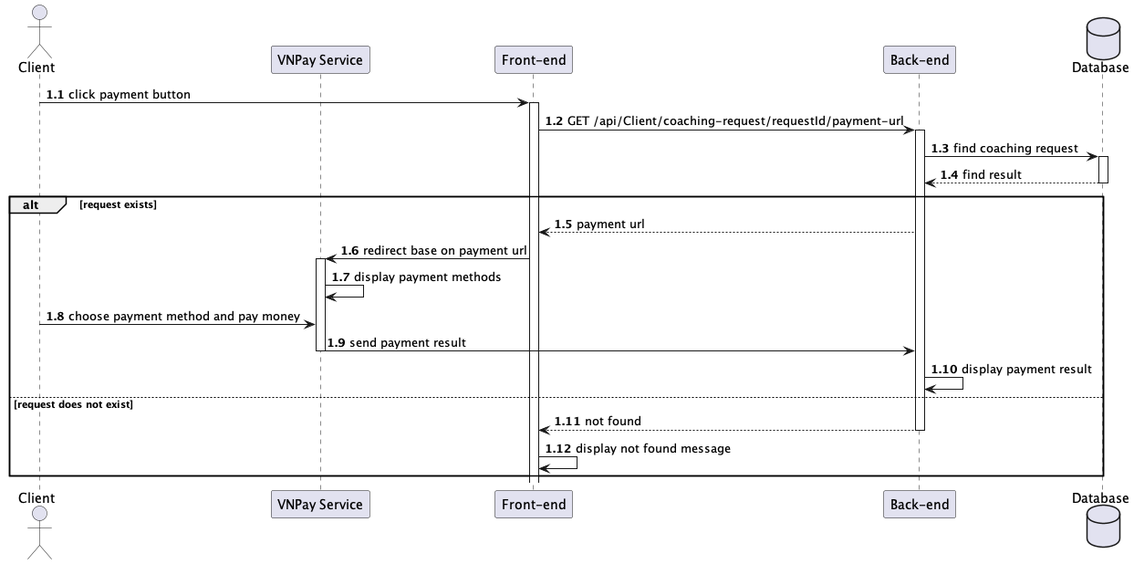
The PlantUML diagram out/Sequences_diagrams/Payment/Payment.png in HTPhong-276/iCoaching-Diagrams, before a commit. The source it was exported from:
```plantuml
@startuml Payment
actor "Client" as client
participant "VNPay Service" as vnpay
participant "Front-end" as fe
participant "Back-end" as be
database "Database" as db
autonumber 1.1 "<b>0:"
client -> fe++: click payment button
fe -> be++: GET /api/Client/coaching-request/requestId/payment-url
be -> db++: find coaching request
db --> be: find result
deactivate

alt request exists
    be --> fe: payment url
    fe -> vnpay++: redirect base on payment url
    vnpay -> vnpay: display payment methods
    client -> vnpay: choose payment method and pay money
    vnpay -> be: send payment result
    deactivate
    be -> be: display payment result
else request does not exist
    be --> fe: not found
    deactivate
    fe -> fe: display not found message
end
@enduml
```
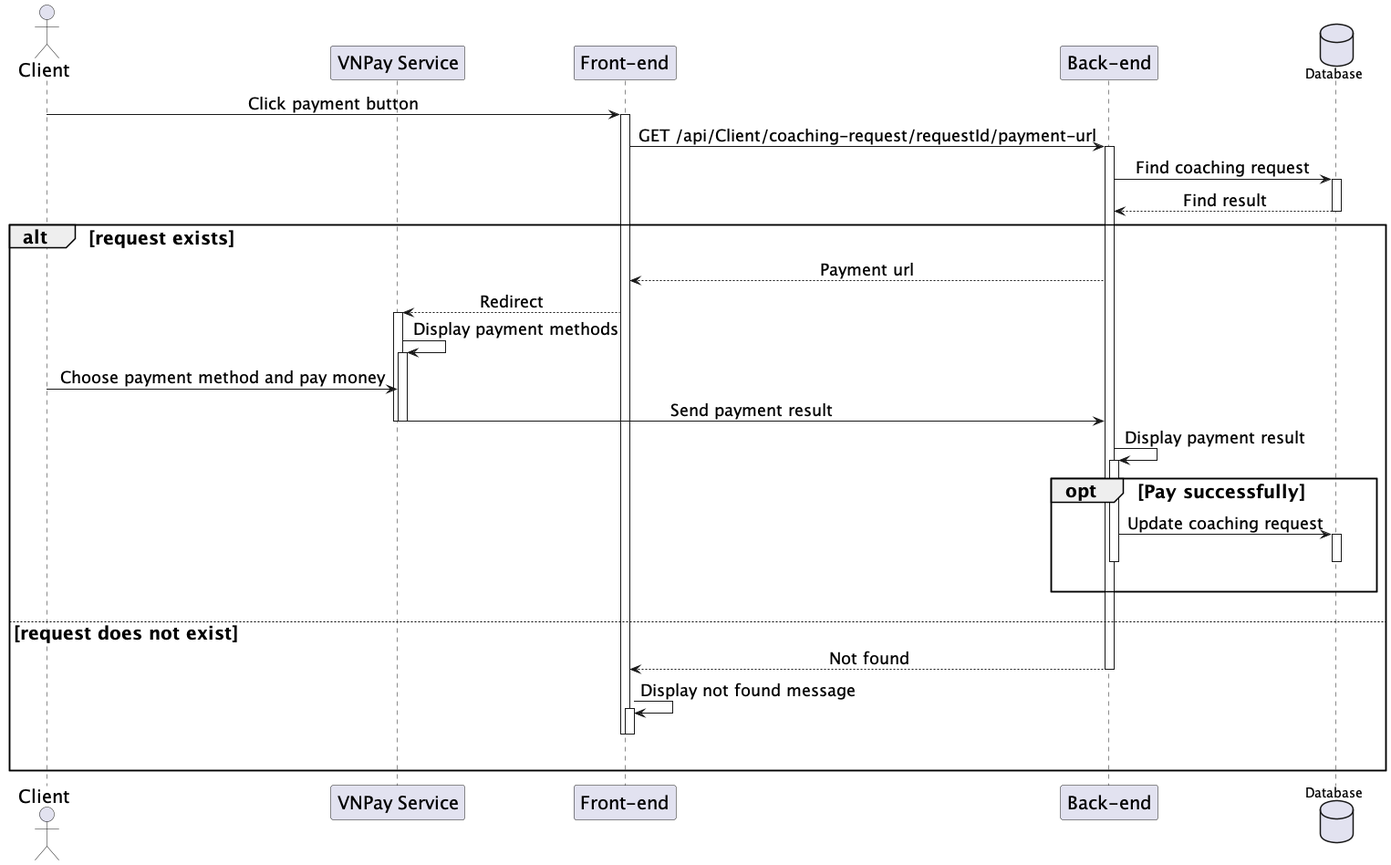
Above is the later version.

What changed in the source:
```diff
@@ -1,27 +1,46 @@
 @startuml Payment
+skinparam sequenceMessageAlign center
+skinparam sequenceGroupFontSize 20
+skinparam sequenceGroupHeaderFontSize 20
+skinparam sequence {
+    ParticipantFontSize 20
+    ActorFontSize 20
+    DatabaseFontSize 20
+    ArrowFontSize 18
+}
 actor "Client" as client
 participant "VNPay Service" as vnpay
 participant "Front-end" as fe
 participant "Back-end" as be
 database "Database" as db
-autonumber 1.1 "<b>0:"
-client -> fe++: click payment button
+client -> fe++: Click payment button
 fe -> be++: GET /api/Client/coaching-request/requestId/payment-url
-be -> db++: find coaching request
-db --> be: find result
+be -> db++: Find coaching request
+db --> be: Find result
 deactivate
 
 alt request exists
-    be --> fe: payment url
-    fe -> vnpay++: redirect base on payment url
-    vnpay -> vnpay: display payment methods
-    client -> vnpay: choose payment method and pay money
-    vnpay -> be: send payment result
+    be --> fe: Payment url
+    fe --> vnpay++: Redirect
+    vnpay -> vnpay++: Display payment methods
+    client -> vnpay: Choose payment method and pay money
+    vnpay -> be: Send payment result
     deactivate
-    be -> be: display payment result
+    deactivate
+    be -> be++: Display payment result
+    opt Pay successfully
+        be -> db++: Update coaching request
+        deactivate
+        deactivate
+        |||
+    end
+    |||
 else request does not exist
-    be --> fe: not found
+    be --> fe: Not found
     deactivate
-    fe -> fe: display not found message
+    fe -> fe++: Display not found message
+    deactivate
+    deactivate
+    |||
 end
 @enduml
```
